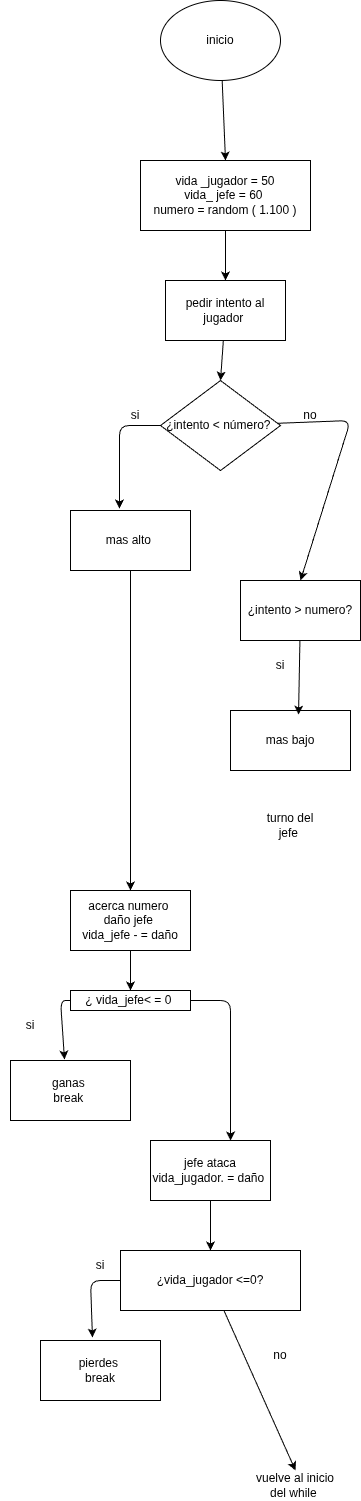
Above: ejercicio2/diagrama.png in jonatangarzon/Taller-repetitiva-con-while (draw.io), before the change. Source tidied: cells renumbered, new cells last; positions are measured from the earlier drawing's top-left corner, leaving out a move shared by most shapes.
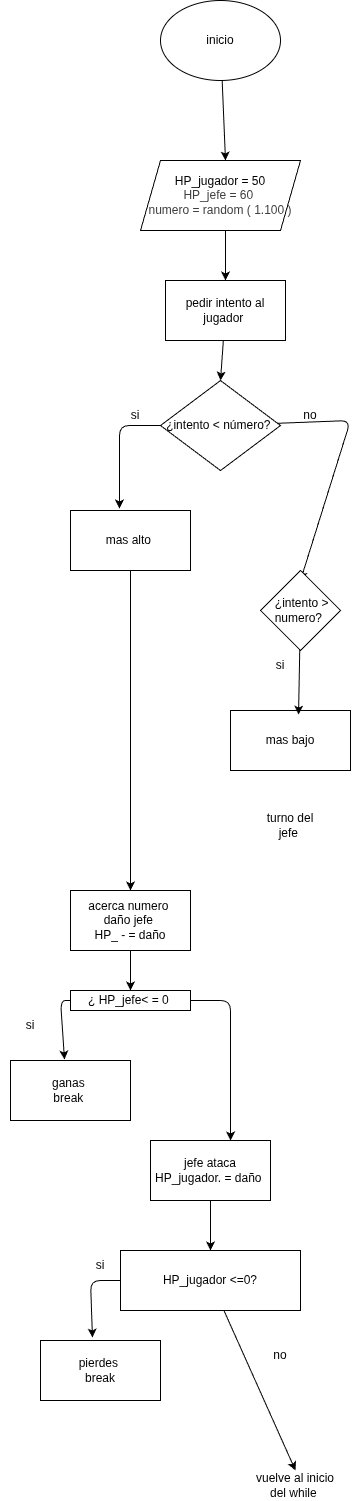
The same file after the commit.

Diff of the diagram source:
```diff
@@ -2,26 +2,28 @@
   <root>
     <mxCell id="0" />
     <mxCell id="1" parent="0" />
-    <mxCell id="2" style="edgeStyle=none;html=1;entryX=0.5;entryY=0;entryDx=0;entryDy=0;" parent="1" edge="1" source="3" target="5">
-      <mxGeometry relative="1" as="geometry" />
+    <mxCell id="2" style="edgeStyle=none;html=1;entryX=0.5;entryY=0;entryDx=0;entryDy=0;" parent="1" edge="1" source="3">
+      <mxGeometry relative="1" as="geometry">
+        <mxPoint x="225" y="160" as="targetPoint" />
+      </mxGeometry>
     </mxCell>
     <mxCell id="3" value="inicio" style="ellipse;whiteSpace=wrap;html=1;" parent="1" vertex="1">
       <mxGeometry x="160" width="120" height="80" as="geometry" />
     </mxCell>
-    <mxCell id="4" style="edgeStyle=none;html=1;entryX=0.5;entryY=0;entryDx=0;entryDy=0;" parent="1" edge="1" source="5" target="7">
-      <mxGeometry relative="1" as="geometry" />
+    <mxCell id="4" style="edgeStyle=none;html=1;entryX=0.5;entryY=0;entryDx=0;entryDy=0;" parent="1" edge="1" target="7">
+      <mxGeometry relative="1" as="geometry">
+        <mxPoint x="225" y="230" as="sourcePoint" />
+      </mxGeometry>
     </mxCell>
-    <mxCell id="5" value="vida _jugador = 50&lt;div&gt;vida_ jefe = 60&amp;nbsp;&lt;/div&gt;&lt;div&gt;numero = random ( 1.100 )&lt;/div&gt;" style="rounded=0;whiteSpace=wrap;html=1;" parent="1" vertex="1">
-      <mxGeometry x="140" y="160" width="170" height="70" as="geometry" />
-    </mxCell>
     <mxCell id="6" style="edgeStyle=none;html=1;entryX=0.5;entryY=0;entryDx=0;entryDy=0;" parent="1" edge="1" source="7" target="9">
       <mxGeometry relative="1" as="geometry" />
     </mxCell>
     <mxCell id="7" value="pedir intento al jugador&amp;nbsp;" style="rounded=0;whiteSpace=wrap;html=1;" parent="1" vertex="1">
       <mxGeometry x="165" y="280" width="120" height="60" as="geometry" />
     </mxCell>
-    <mxCell id="8" style="edgeStyle=none;html=1;entryX=0.5;entryY=0;entryDx=0;entryDy=0;" parent="1" edge="1" source="9" target="14">
+    <mxCell id="8" style="edgeStyle=none;html=1;entryX=0.5;entryY=0;entryDx=0;entryDy=0;" parent="1" edge="1" source="9">
       <mxGeometry relative="1" as="geometry">
+        <mxPoint x="300" y="580" as="targetPoint" />
         <Array as="points">
           <mxPoint x="350" y="420" />
         </Array>
@@ -46,17 +48,16 @@
     <mxCell id="13" value="si" style="text;html=1;align=center;verticalAlign=middle;whiteSpace=wrap;rounded=0;" parent="1" vertex="1">
       <mxGeometry x="105" y="400" width="60" height="30" as="geometry" />
     </mxCell>
-    <mxCell id="14" value="&amp;nbsp;¿intento &amp;gt; numero?&amp;nbsp;" style="rounded=0;whiteSpace=wrap;html=1;" parent="1" vertex="1">
-      <mxGeometry x="240" y="580" width="120" height="60" as="geometry" />
-    </mxCell>
     <mxCell id="15" value="no" style="text;html=1;align=center;verticalAlign=middle;whiteSpace=wrap;rounded=0;" parent="1" vertex="1">
       <mxGeometry x="280" y="400" width="60" height="30" as="geometry" />
     </mxCell>
     <mxCell id="16" value="mas bajo" style="rounded=0;whiteSpace=wrap;html=1;" parent="1" vertex="1">
       <mxGeometry x="230" y="710" width="120" height="60" as="geometry" />
     </mxCell>
-    <mxCell id="17" style="edgeStyle=none;html=1;entryX=0.567;entryY=0.067;entryDx=0;entryDy=0;entryPerimeter=0;" parent="1" edge="1" source="14" target="16">
-      <mxGeometry relative="1" as="geometry" />
+    <mxCell id="17" style="edgeStyle=none;html=1;entryX=0.567;entryY=0.067;entryDx=0;entryDy=0;entryPerimeter=0;" parent="1" edge="1" target="16">
+      <mxGeometry relative="1" as="geometry">
+        <mxPoint x="299.4" y="640" as="sourcePoint" />
+      </mxGeometry>
     </mxCell>
     <mxCell id="18" value="si" style="text;html=1;align=center;verticalAlign=middle;whiteSpace=wrap;rounded=0;" parent="1" vertex="1">
       <mxGeometry x="250" y="650" width="60" height="30" as="geometry" />
@@ -67,10 +68,10 @@
     <mxCell id="20" style="edgeStyle=none;html=1;entryX=0.5;entryY=0;entryDx=0;entryDy=0;" parent="1" edge="1" source="21" target="22">
       <mxGeometry relative="1" as="geometry" />
     </mxCell>
-    <mxCell id="21" value="acerca numero&amp;nbsp;&lt;div&gt;daño jefe&amp;nbsp;&lt;/div&gt;&lt;div&gt;vida_jefe - = daño&lt;/div&gt;" style="rounded=0;whiteSpace=wrap;html=1;" parent="1" vertex="1">
+    <mxCell id="21" value="acerca numero&amp;nbsp;&lt;div&gt;daño jefe&amp;nbsp;&lt;/div&gt;&lt;div&gt;HP_ - = daño&lt;/div&gt;" style="rounded=0;whiteSpace=wrap;html=1;" parent="1" vertex="1">
       <mxGeometry x="70" y="890" width="120" height="60" as="geometry" />
     </mxCell>
-    <mxCell id="22" value="¿ vida_jefe&amp;lt; = 0&amp;nbsp;" style="rounded=0;whiteSpace=wrap;html=1;" parent="1" vertex="1">
+    <mxCell id="22" value="¿ HP_jefe&amp;lt; = 0&amp;nbsp;" style="rounded=0;whiteSpace=wrap;html=1;" parent="1" vertex="1">
       <mxGeometry x="70" y="990" width="120" height="20" as="geometry" />
     </mxCell>
     <mxCell id="23" value="ganas&amp;nbsp;&lt;div&gt;break&amp;nbsp;&lt;/div&gt;" style="rounded=0;whiteSpace=wrap;html=1;" parent="1" vertex="1">
@@ -89,7 +90,7 @@
     <mxCell id="26" style="edgeStyle=none;html=1;entryX=0.5;entryY=0;entryDx=0;entryDy=0;" parent="1" edge="1" source="27" target="30">
       <mxGeometry relative="1" as="geometry" />
     </mxCell>
-    <mxCell id="27" value="jefe ataca&lt;div&gt;vida_jugador. = daño&amp;nbsp;&lt;/div&gt;" style="rounded=0;whiteSpace=wrap;html=1;" parent="1" vertex="1">
+    <mxCell id="27" value="jefe ataca&lt;div&gt;HP_jugador. = daño&amp;nbsp;&lt;/div&gt;" style="rounded=0;whiteSpace=wrap;html=1;" parent="1" vertex="1">
       <mxGeometry x="150" y="1140" width="120" height="60" as="geometry" />
     </mxCell>
     <mxCell id="28" style="edgeStyle=none;html=1;entryX=0.667;entryY=0;entryDx=0;entryDy=0;entryPerimeter=0;" parent="1" edge="1" source="22" target="27">
@@ -102,7 +103,7 @@
     <mxCell id="29" style="edgeStyle=none;html=1;entryX=0.5;entryY=0;entryDx=0;entryDy=0;" parent="1" edge="1" source="30" target="33">
       <mxGeometry relative="1" as="geometry" />
     </mxCell>
-    <mxCell id="30" value="¿vida_jugador &amp;lt;=0?" style="rounded=0;whiteSpace=wrap;html=1;" parent="1" vertex="1">
+    <mxCell id="30" value="HP_jugador &amp;lt;=0?" style="rounded=0;whiteSpace=wrap;html=1;" parent="1" vertex="1">
       <mxGeometry x="120" y="1250" width="180" height="60" as="geometry" />
     </mxCell>
     <mxCell id="31" value="pierdes&amp;nbsp;&lt;div&gt;break&lt;/div&gt;" style="rounded=0;whiteSpace=wrap;html=1;" parent="1" vertex="1">
@@ -124,5 +125,11 @@
     <mxCell id="35" value="si" style="text;html=1;align=center;verticalAlign=middle;whiteSpace=wrap;rounded=0;" parent="1" vertex="1">
       <mxGeometry x="70" y="1250" width="60" height="30" as="geometry" />
     </mxCell>
+    <mxCell id="14" value="&lt;span style=&quot;color: rgb(0, 0, 0);&quot;&gt;&amp;nbsp;¿intento &amp;gt; numero?&amp;nbsp;&lt;/span&gt;" style="rhombus;whiteSpace=wrap;html=1;" parent="1" vertex="1">
+      <mxGeometry x="260" y="570" width="80" height="80" as="geometry" />
+    </mxCell>
+    <mxCell id="36" value="&lt;span style=&quot;color: rgb(0, 0, 0);&quot;&gt;HP_jugador = 50&lt;/span&gt;&lt;div style=&quot;color: rgb(63, 63, 63); scrollbar-color: rgb(226, 226, 226) rgb(251, 251, 251);&quot;&gt;HP_jefe = 60&amp;nbsp;&lt;/div&gt;&lt;div style=&quot;color: rgb(63, 63, 63); scrollbar-color: rgb(226, 226, 226) rgb(251, 251, 251);&quot;&gt;numero = random ( 1.100 )&lt;/div&gt;" style="shape=parallelogram;perimeter=parallelogramPerimeter;whiteSpace=wrap;html=1;fixedSize=1;" parent="1" vertex="1">
+      <mxGeometry x="140" y="160" width="160" height="70" as="geometry" />
+    </mxCell>
   </root>
 </mxGraphModel>
```
